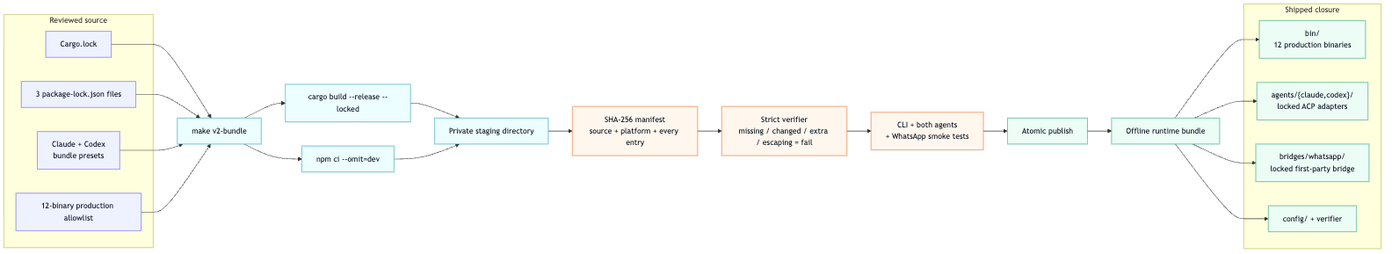
This is v2/docs/runtime-bundle-flow.png from fontanierh/crab, a Mermaid export, as it was before one commit. Its source is kept beside it as v2/docs/runtime-bundle-flow.mmd.
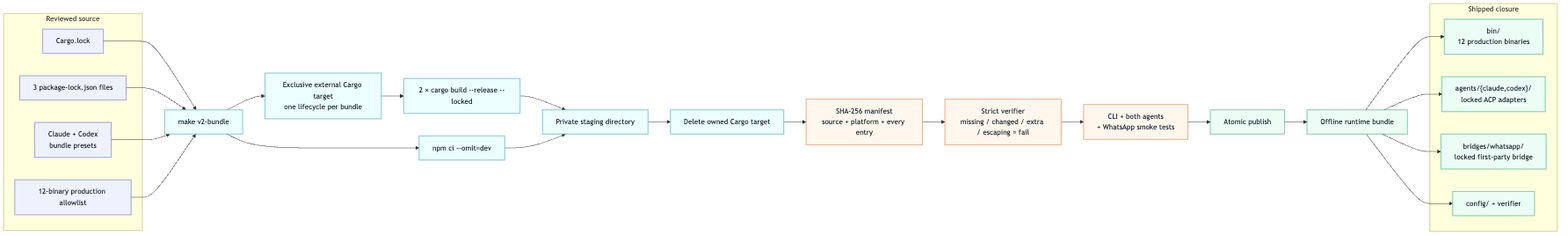
Above is the later version.

Commit message:
fix(v2): isolate runtime bundle cargo target (#380)

What changed in the source:
```diff
@@ -12,12 +12,14 @@
     CONFIG --> BUILD
     ALLOW --> BUILD
 
-    BUILD --> RUST["cargo build --release --locked"]
+    BUILD --> TARGET["Exclusive external Cargo target<br/>one lifecycle per bundle"]
+    TARGET --> RUST["2 × cargo build --release --locked"]
     BUILD --> NODE["npm ci --omit=dev"]
     RUST --> STAGE["Private staging directory"]
     NODE --> STAGE
+    STAGE --> CLEAN["Delete owned Cargo target"]
 
-    STAGE --> MANIFEST["SHA-256 manifest\nsource + platform + every entry"]
+    CLEAN --> MANIFEST["SHA-256 manifest\nsource + platform + every entry"]
     MANIFEST --> VERIFY["Strict verifier\nmissing / changed / extra / escaping = fail"]
     VERIFY --> SMOKE["CLI + both agents<br/>+ WhatsApp smoke tests"]
     SMOKE --> ATOMIC["Atomic publish"]
@@ -39,6 +41,6 @@
     classDef failclosed fill:#fff7ed,stroke:#ea580c,color:#111827;
     classDef result fill:#ecfdf5,stroke:#059669,color:#111827;
     class CARGO,NPM,CONFIG,ALLOW source;
-    class BUILD,RUST,NODE,STAGE action;
+    class BUILD,TARGET,RUST,NODE,STAGE,CLEAN action;
     class MANIFEST,VERIFY,SMOKE failclosed;
     class ATOMIC,BUNDLE,BIN,AGENT,BRIDGE,CFG result;
```
